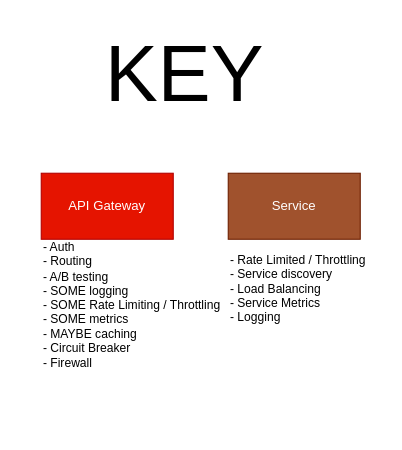
Before: Common.drawio in Brandon-Valley/draw_io_diagrams, a draw.io diagram. Source tidied: cells renumbered, new cells numbered last; positions are measured from the earlier drawing's top-left corner, leaving out a move shared by most shapes. Both pictures are drawn from the tidied source at 110%, with x=0, y=0 at pixel (41, 19).
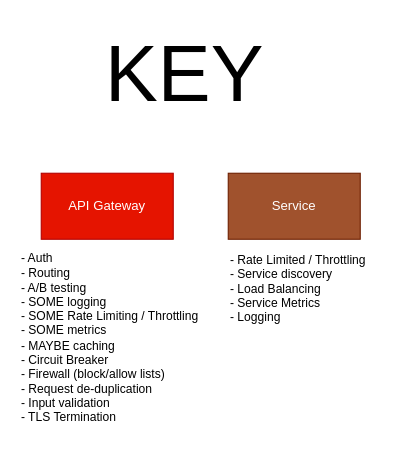
The same diagram, later.

The edit, as a diff of the source:
```diff
@@
 <mxGraphModel>
   <root>
     <mxCell id="0" />
     <mxCell id="1" parent="0" />
     <mxCell id="2" value="Service" style="whiteSpace=wrap;html=1;fillColor=#a0522d;strokeColor=#6D1F00;fontColor=#ffffff;" parent="1" vertex="1">
       <mxGeometry x="170" y="140" width="120" height="60" as="geometry" />
     </mxCell>
     <mxCell id="3" value="&lt;div align=&quot;left&quot;&gt;- Rate Limited / Throttling&lt;br&gt;- Service discovery&lt;br&gt;- Load Balancing&lt;br&gt;- Service Metrics&lt;br&gt;- Logging&lt;br&gt;&lt;/div&gt;" style="text;html=1;align=left;verticalAlign=middle;strokeColor=none;fillColor=none;fontSize=11;fontFamily=Helvetica;fontColor=default;" parent="1" vertex="1">
       <mxGeometry x="170" y="205" width="140" height="80" as="geometry" />
     </mxCell>
     <mxCell id="4" value="API Gateway" style="whiteSpace=wrap;html=1;fillColor=#e51400;strokeColor=#B20000;fontColor=#ffffff;" parent="1" vertex="1">
       <mxGeometry y="140" width="120" height="60" as="geometry" />
     </mxCell>
-    <mxCell id="5" value="&lt;div align=&quot;left&quot;&gt;- Auth&lt;br&gt;- Routing&lt;br&gt;- A/B testing&lt;br&gt;&lt;/div&gt;&lt;div align=&quot;left&quot;&gt;- SOME logging&lt;/div&gt;&lt;div align=&quot;left&quot;&gt;- SOME Rate Limiting / Throttling&lt;br&gt;&lt;/div&gt;&lt;div align=&quot;left&quot;&gt;- SOME metrics&lt;/div&gt;&lt;div align=&quot;left&quot;&gt;- MAYBE caching&lt;/div&gt;&lt;div align=&quot;left&quot;&gt;- Circuit Breaker&lt;br&gt;- Firewall&lt;br&gt;&lt;/div&gt;" style="text;html=1;align=left;verticalAlign=middle;strokeColor=none;fillColor=none;fontSize=11;fontFamily=Helvetica;fontColor=default;" parent="1" vertex="1">
-      <mxGeometry y="195" width="180" height="130" as="geometry" />
+    <mxCell id="5" value="&lt;div align=&quot;left&quot;&gt;- Auth&lt;br&gt;- Routing&lt;br&gt;- A/B testing&lt;br&gt;&lt;/div&gt;&lt;div align=&quot;left&quot;&gt;- SOME logging&lt;/div&gt;&lt;div align=&quot;left&quot;&gt;- SOME Rate Limiting / Throttling&lt;br&gt;&lt;/div&gt;&lt;div align=&quot;left&quot;&gt;- SOME metrics&lt;/div&gt;&lt;div align=&quot;left&quot;&gt;- MAYBE caching&lt;/div&gt;&lt;div align=&quot;left&quot;&gt;- Circuit Breaker&lt;br&gt;- Firewall (block/allow lists)&lt;/div&gt;&lt;div align=&quot;left&quot;&gt;- Request de-duplication&lt;/div&gt;&lt;div align=&quot;left&quot;&gt;- Input validation&lt;/div&gt;&lt;div align=&quot;left&quot;&gt;- TLS Termination&lt;br&gt;&lt;/div&gt;" style="text;html=1;align=left;verticalAlign=middle;strokeColor=none;fillColor=none;fontSize=11;fontFamily=Helvetica;fontColor=default;" parent="1" vertex="1">
+      <mxGeometry x="-20" y="205" width="200" height="170" as="geometry" />
     </mxCell>
     <mxCell id="6" value="&lt;font style=&quot;font-size: 72px;&quot;&gt;KEY&lt;/font&gt;" style="text;html=1;align=center;verticalAlign=middle;strokeColor=none;fillColor=none;fontSize=11;fontFamily=Helvetica;fontColor=default;" parent="1" vertex="1">
       <mxGeometry x="45" width="170" height="100" as="geometry" />
     </mxCell>
   </root>
 </mxGraphModel>
```
